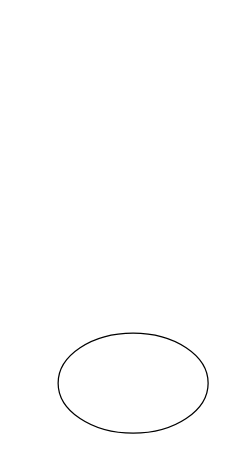
The draw.io diagram Untitled Diagram.drawio in isundae/draw, before the edit. Source tidied: cells renumbered, new cells numbered last; positions are measured from the earlier drawing's top-left corner, leaving out a move shared by most shapes. Both pictures are drawn from the tidied source at 125%, with x=0, y=0 at pixel (58, 332).
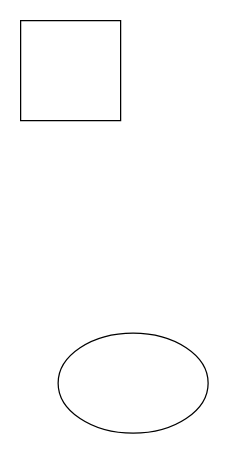
Above is the later version.

The edit, as a diff of the source:
```diff
@@
 <mxGraphModel>
   <root>
     <mxCell id="0" />
     <mxCell id="1" parent="0" />
     <mxCell id="2" style="ellipse;whiteSpace=wrap;html=1;" parent="1" vertex="1">
       <mxGeometry width="120" height="80" as="geometry" />
     </mxCell>
+    <mxCell id="3" style="whiteSpace=wrap;html=1;" parent="1" vertex="1">
+      <mxGeometry x="-30" y="-250" width="80" height="80" as="geometry" />
+    </mxCell>
   </root>
 </mxGraphModel>
```
